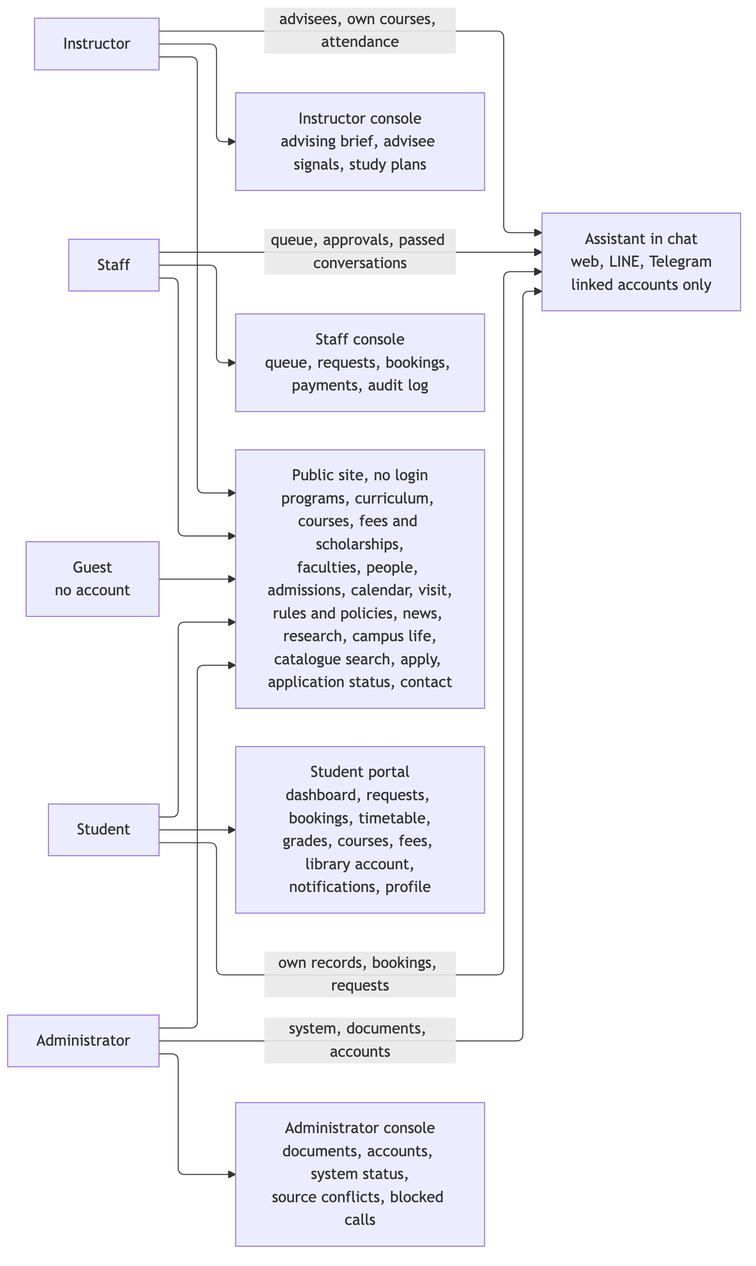
SaiWaiYanLynn/smart-university-website keeps this Mermaid diagram as design/diagrams/11_access_map.png. Above is the earlier version. Its source is kept beside it as design/diagrams/11_access_map.mmd. The source it was exported from:
```mermaid
---
config:
  layout: elk
---
flowchart LR
  G["Guest<br/>no account"]
  S["Student"]
  I["Instructor"]
  F["Staff"]
  A["Administrator"]

  PUB["Public site, no login<br/>programs, curriculum, courses, fees and scholarships,<br/>faculties, people, admissions, calendar, visit,<br/>rules and policies, news, research, campus life,<br/>catalogue search, apply, application status, contact"]
  POR["Student portal<br/>dashboard, requests, bookings, timetable,<br/>grades, courses, fees, library account,<br/>notifications, profile"]
  CHAT["Assistant in chat<br/>web, LINE, Telegram<br/>linked accounts only"]
  CI["Instructor console<br/>advising brief, advisee signals, study plans"]
  CS["Staff console<br/>queue, requests, bookings, payments, audit log"]
  CA["Administrator console<br/>documents, accounts, system status,<br/>source conflicts, blocked calls"]

  G --> PUB
  S --> PUB
  I --> PUB
  F --> PUB
  A --> PUB
  S --> POR
  S -- "own records, bookings, requests" --> CHAT
  I -- "advisees, own courses, attendance" --> CHAT
  F -- "queue, approvals, passed conversations" --> CHAT
  A -- "system, documents, accounts" --> CHAT
  I --> CI
  F --> CS
  A --> CA
```
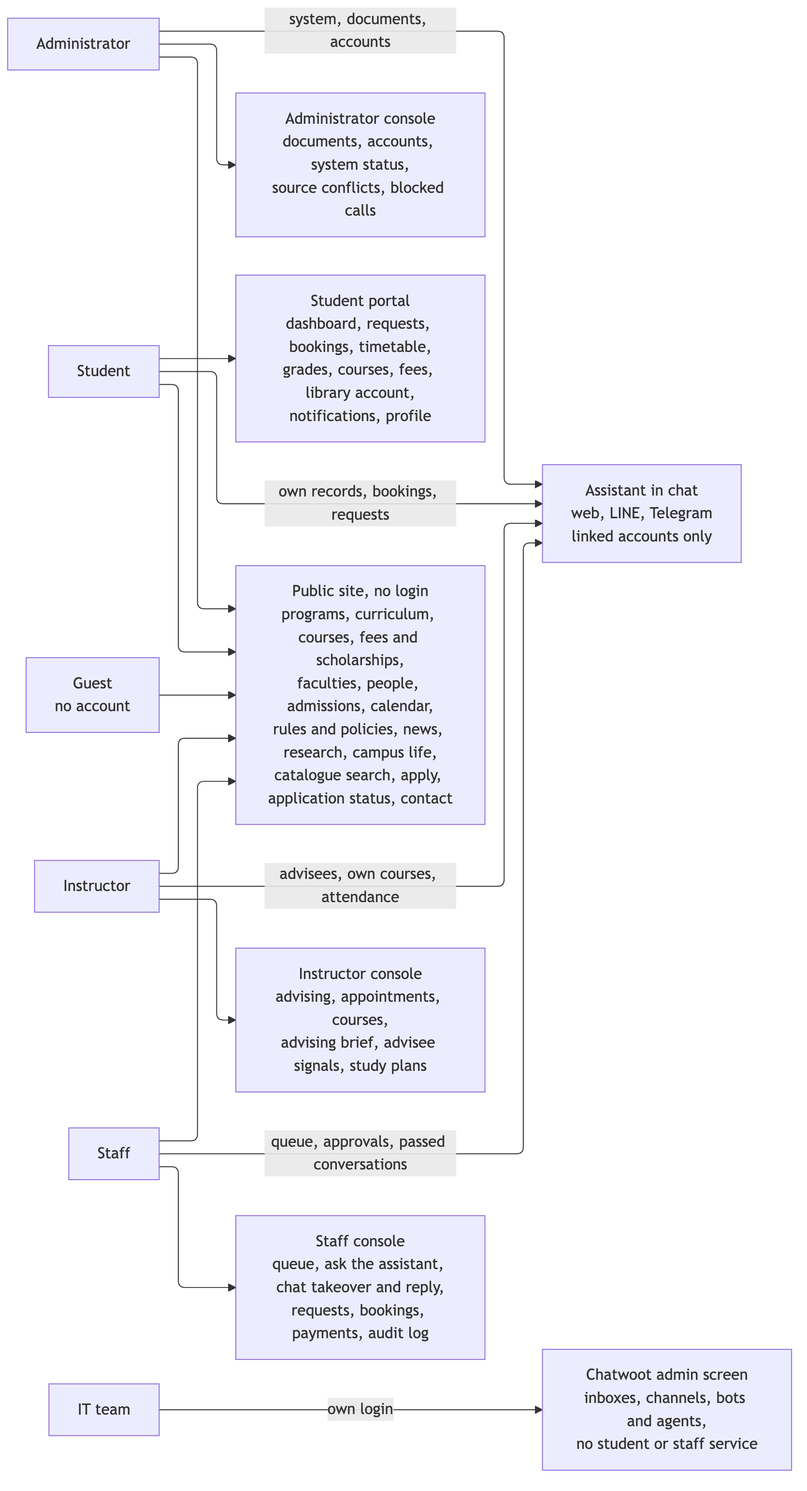
After the commit.

Diff of the diagram source:
```diff
@@ -8,12 +8,14 @@
   I["Instructor"]
   F["Staff"]
   A["Administrator"]
+  IT["IT team"]
 
-  PUB["Public site, no login<br/>programs, curriculum, courses, fees and scholarships,<br/>faculties, people, admissions, calendar, visit,<br/>rules and policies, news, research, campus life,<br/>catalogue search, apply, application status, contact"]
+  PUB["Public site, no login<br/>programs, curriculum, courses, fees and scholarships,<br/>faculties, people, admissions, calendar,<br/>rules and policies, news, research, campus life,<br/>catalogue search, apply, application status, contact"]
   POR["Student portal<br/>dashboard, requests, bookings, timetable,<br/>grades, courses, fees, library account,<br/>notifications, profile"]
   CHAT["Assistant in chat<br/>web, LINE, Telegram<br/>linked accounts only"]
-  CI["Instructor console<br/>advising brief, advisee signals, study plans"]
-  CS["Staff console<br/>queue, requests, bookings, payments, audit log"]
+  CI["Instructor console<br/>advising, appointments, courses,<br/>advising brief, advisee signals, study plans"]
+  CS["Staff console<br/>queue, ask the assistant, chat takeover and reply,<br/>requests, bookings, payments, audit log"]
+  CW["Chatwoot admin screen<br/>inboxes, channels, bots and agents,<br/>no student or staff service"]
   CA["Administrator console<br/>documents, accounts, system status,<br/>source conflicts, blocked calls"]
 
   G --> PUB
@@ -29,3 +31,4 @@
   I --> CI
   F --> CS
   A --> CA
+  IT -- "own login" --> CW
```
